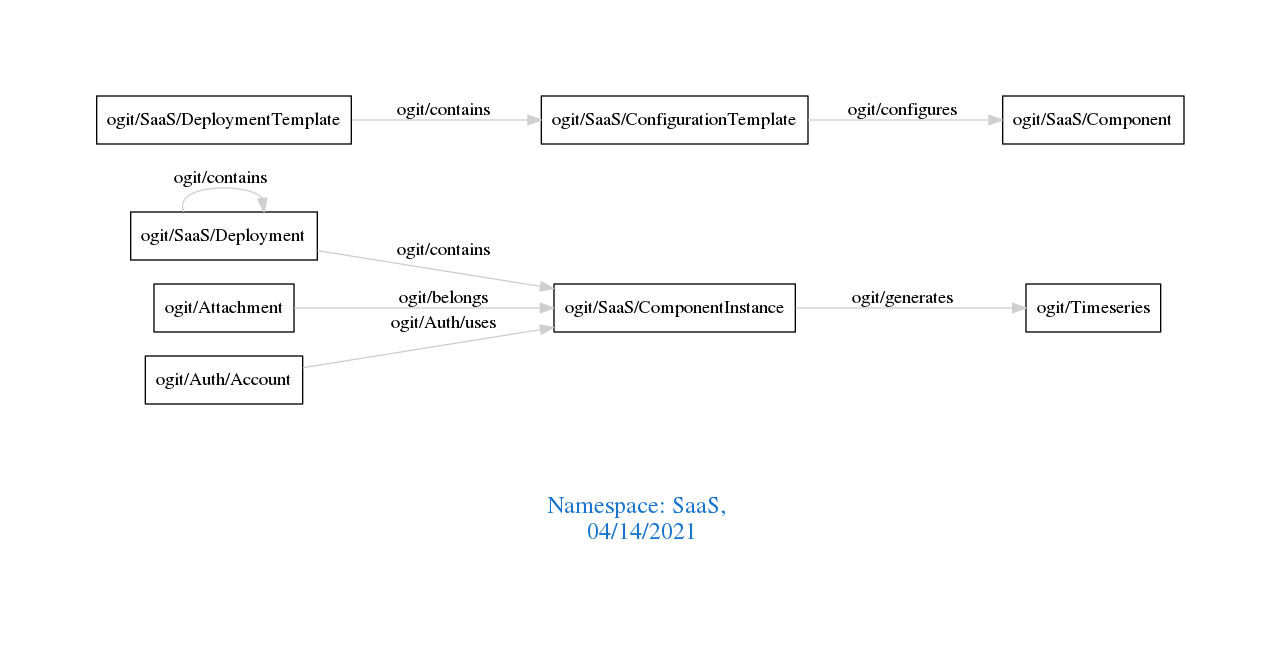
The Graphviz diagram downloads/SaaS.png in arago/OGIT, before a commit. Its source is kept beside it as downloads/SaaS.dot.
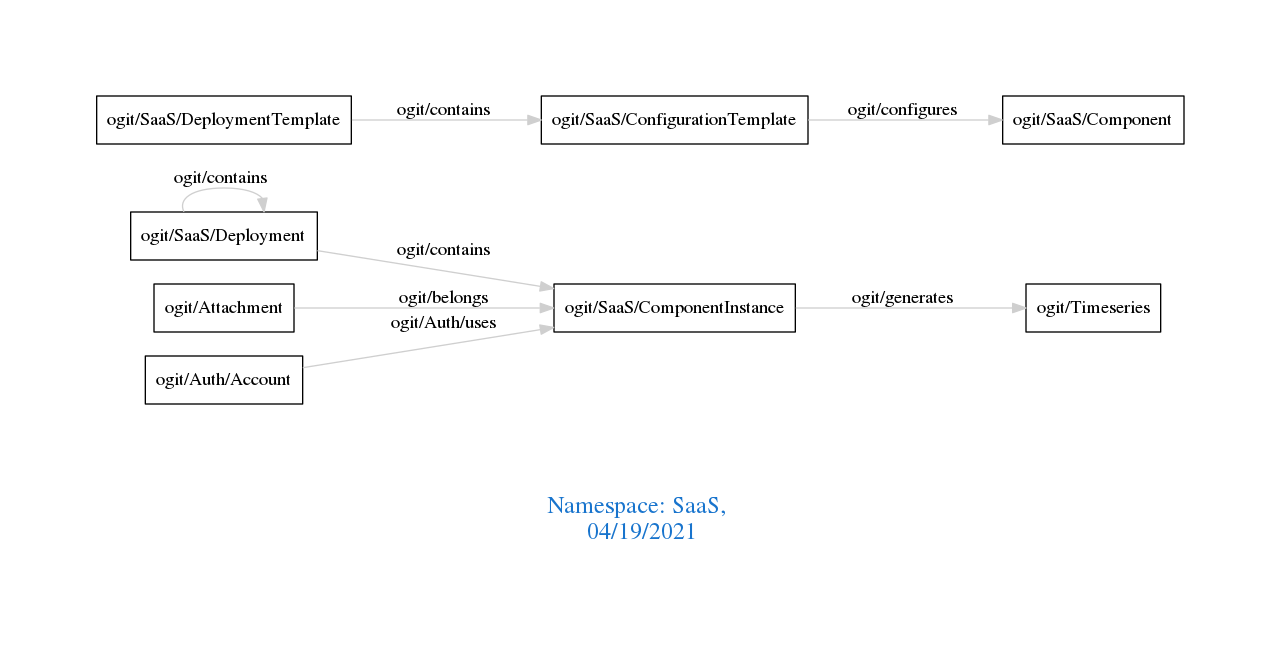
After the commit.

Diff of the diagram source:
```diff
@@ -1,7 +1,7 @@
 digraph OGIT_ontology {
  graph [ rankdir= LR,pad=1
 fontsize = 18,
-fontcolor= dodgerblue3,label = "\n\n\nNamespace: SaaS, \n 04/14/2021"];
+fontcolor= dodgerblue3,label = "\n\n\nNamespace: SaaS, \n 04/19/2021"];
 node[shape=polygon];
 edge [  color="gray81"];
 
```
